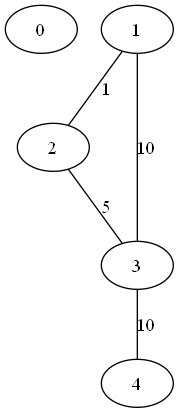
Above: grafos/arquivos/arquivo3.png in lucasszanotelli/TPA (Graphviz), before the change. Its source is kept beside it as grafos/arquivos/arquivo3.dot.
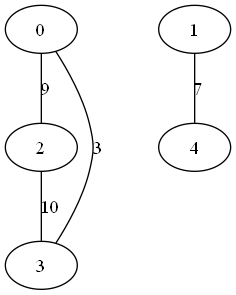
Above is the later version.

The edit, as a diff of the source:
```diff
@@ -3,8 +3,9 @@
     1;
     2;
     3;
-    1 -- 2 [label=1, weight=1];
-    1 -- 3 [label=10, weight=10];
-    2 -- 3 [label=5, weight=5];
-    3 -- 4 [label=10, weight=10];
+    4;
+    0 -- 3 [label=3, weight=3];
+    0 -- 2 [label=9, weight=9];
+    1 -- 4 [label=7, weight=7];
+    2 -- 3 [label=10, weight=10];
 }
```
